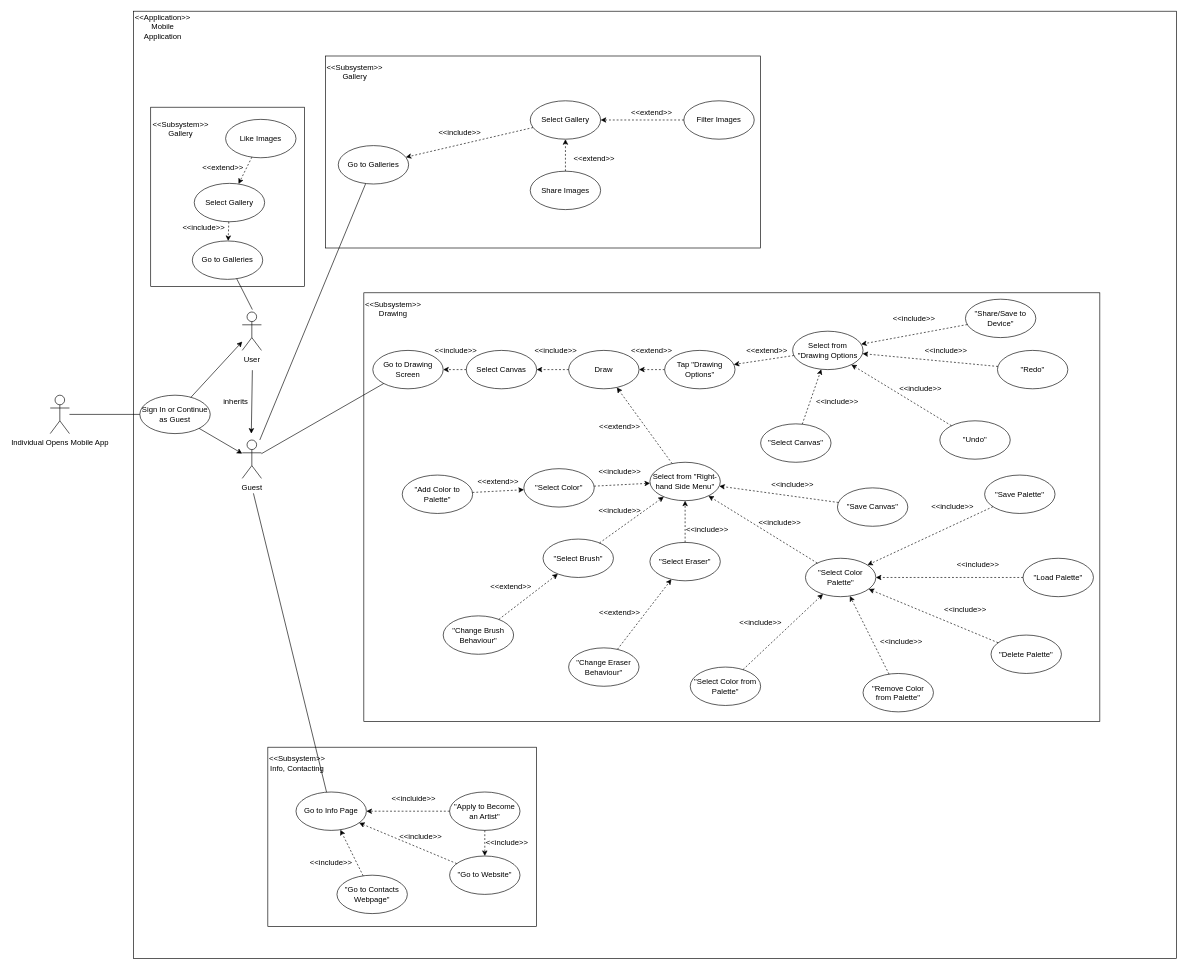
The draw.io diagram Documents/MobileAppUseCases.drawio in csinn/Painted-Prosthetics, before the edit. Source tidied: cells renumbered, new cells numbered last; positions are measured from the earlier drawing's top-left corner, leaving out a move shared by most shapes. Both pictures are drawn from the tidied source at 64%, with x=0, y=0 at pixel (50, 11).
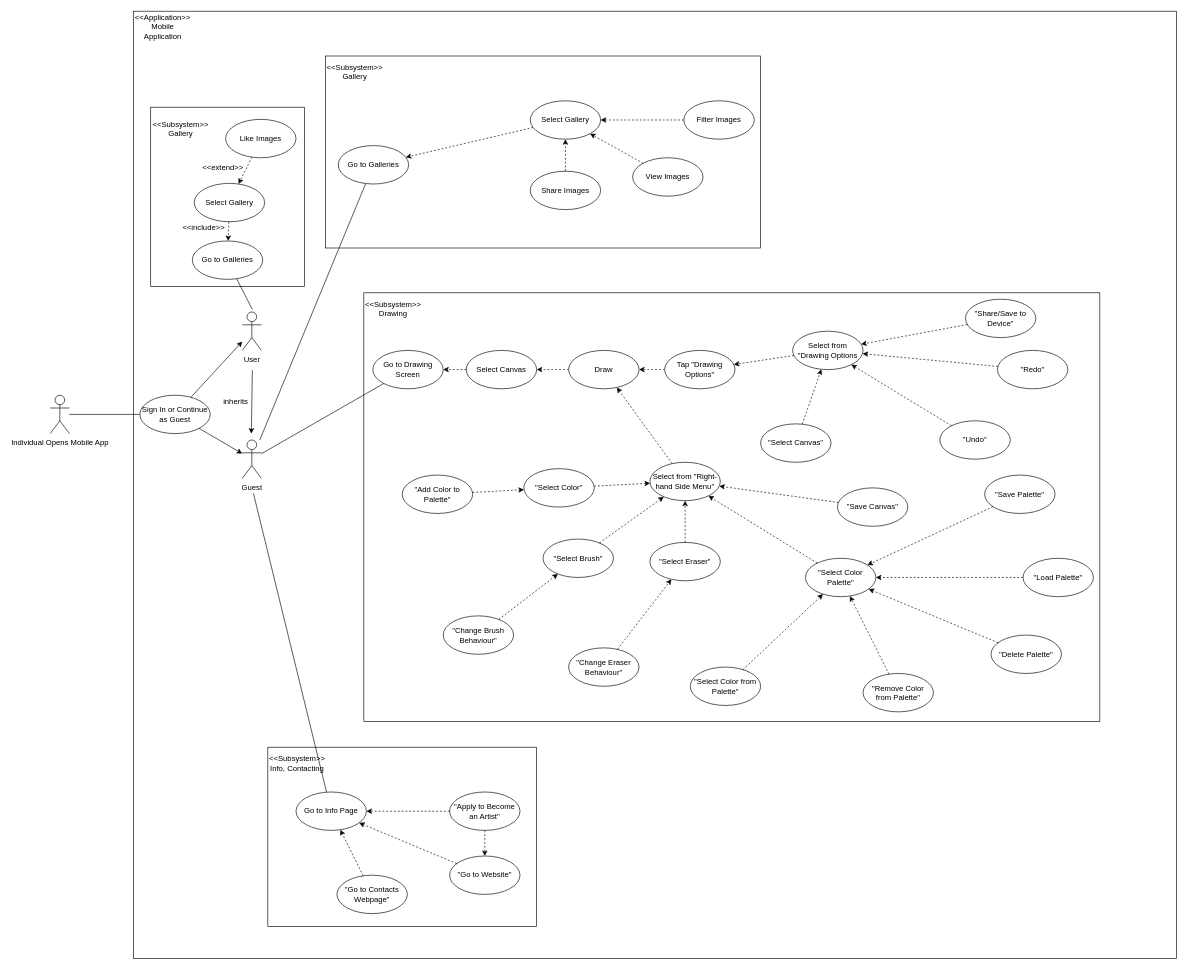
After the change.

Commit message (it also covers changes not shown here):
Modified use case diagram to include additional use cases. Removed "includes" and "extends" keywords.

The change refers to these unchanged cells:
```xml
<mxCell id="9" value="Select Gallery" style="ellipse;whiteSpace=wrap;html=1;" parent="1" vertex="1">
  <mxGeometry x="750" y="140" width="110" height="60" as="geometry" />
</mxCell>
```

What changed in the source:
```diff
@@
-    <mxCell id="78" value="&amp;lt;&amp;lt;extend&amp;gt;&amp;gt;" style="text;html=1;strokeColor=none;fillColor=none;align=center;verticalAlign=middle;whiteSpace=wrap;rounded=0;" parent="1" vertex="1">
-      <mxGeometry x="920" y="149" width="40" height="20" as="geometry" />
-    </mxCell>
-    <mxCell id="79" value="&amp;lt;&amp;lt;extend&amp;gt;&amp;gt;" style="text;html=1;strokeColor=none;fillColor=none;align=center;verticalAlign=middle;whiteSpace=wrap;rounded=0;" parent="1" vertex="1">
-      <mxGeometry x="830" y="220" width="40" height="20" as="geometry" />
-    </mxCell>
@@
-    <mxCell id="82" value="&amp;lt;&amp;lt;extend&amp;gt;&amp;gt;" style="text;html=1;strokeColor=none;fillColor=none;align=center;verticalAlign=middle;whiteSpace=wrap;rounded=0;" parent="1" vertex="1">
-      <mxGeometry x="870" y="640" width="40" height="20" as="geometry" />
-    </mxCell>
-    <mxCell id="83" value="&amp;lt;&amp;lt;extend&amp;gt;&amp;gt;" style="text;html=1;strokeColor=none;fillColor=none;align=center;verticalAlign=middle;whiteSpace=wrap;rounded=0;" parent="1" vertex="1">
-      <mxGeometry x="920" y="520" width="40" height="20" as="geometry" />
-    </mxCell>
-    <mxCell id="84" value="&amp;lt;&amp;lt;extend&amp;gt;&amp;gt;" style="text;html=1;strokeColor=none;fillColor=none;align=center;verticalAlign=middle;whiteSpace=wrap;rounded=0;" parent="1" vertex="1">
-      <mxGeometry x="1100" y="520" width="40" height="20" as="geometry" />
-    </mxCell>
-    <mxCell id="85" value="&amp;lt;&amp;lt;include&amp;gt;&amp;gt;" style="text;html=1;strokeColor=none;fillColor=none;align=center;verticalAlign=middle;whiteSpace=wrap;rounded=0;" parent="1" vertex="1">
-      <mxGeometry x="1330" y="470" width="40" height="20" as="geometry" />
-    </mxCell>
-    <mxCell id="86" value="&amp;lt;&amp;lt;include&amp;gt;&amp;gt;" style="text;html=1;strokeColor=none;fillColor=none;align=center;verticalAlign=middle;whiteSpace=wrap;rounded=0;" parent="1" vertex="1">
-      <mxGeometry x="1380" y="520" width="40" height="20" as="geometry" />
-    </mxCell>
-    <mxCell id="87" value="&amp;lt;&amp;lt;include&amp;gt;&amp;gt;" style="text;html=1;strokeColor=none;fillColor=none;align=center;verticalAlign=middle;whiteSpace=wrap;rounded=0;" parent="1" vertex="1">
-      <mxGeometry x="1340" y="580" width="40" height="20" as="geometry" />
-    </mxCell>
-    <mxCell id="88" value="&amp;lt;&amp;lt;include&amp;gt;&amp;gt;" style="text;html=1;strokeColor=none;fillColor=none;align=center;verticalAlign=middle;whiteSpace=wrap;rounded=0;" parent="1" vertex="1">
-      <mxGeometry x="1210" y="600" width="40" height="20" as="geometry" />
-    </mxCell>
-    <mxCell id="89" value="&amp;lt;&amp;lt;include&amp;gt;&amp;gt;" style="text;html=1;strokeColor=none;fillColor=none;align=center;verticalAlign=middle;whiteSpace=wrap;rounded=0;" parent="1" vertex="1">
-      <mxGeometry x="770" y="520" width="40" height="20" as="geometry" />
-    </mxCell>
-    <mxCell id="90" value="&amp;lt;&amp;lt;include&amp;gt;&amp;gt;" style="text;html=1;strokeColor=none;fillColor=none;align=center;verticalAlign=middle;whiteSpace=wrap;rounded=0;" parent="1" vertex="1">
-      <mxGeometry x="620" y="180" width="40" height="20" as="geometry" />
-    </mxCell>
-    <mxCell id="91" value="&amp;lt;&amp;lt;include&amp;gt;&amp;gt;" style="text;html=1;strokeColor=none;fillColor=none;align=center;verticalAlign=middle;whiteSpace=wrap;rounded=0;" parent="1" vertex="1">
-      <mxGeometry x="614" y="520" width="40" height="20" as="geometry" />
-    </mxCell>
-    <mxCell id="92" value="&amp;lt;&amp;lt;extend&amp;gt;&amp;gt;" style="text;html=1;strokeColor=none;fillColor=none;align=center;verticalAlign=middle;whiteSpace=wrap;rounded=0;" parent="1" vertex="1">
-      <mxGeometry x="680" y="724.8" width="40" height="20" as="geometry" />
-    </mxCell>
-    <mxCell id="93" value="&amp;lt;&amp;lt;include&amp;gt;&amp;gt;" style="text;html=1;strokeColor=none;fillColor=none;align=center;verticalAlign=middle;whiteSpace=wrap;rounded=0;" parent="1" vertex="1">
-      <mxGeometry x="870" y="710" width="40" height="20" as="geometry" />
-    </mxCell>
-    <mxCell id="94" value="&amp;lt;&amp;lt;include&amp;gt;&amp;gt;" style="text;html=1;strokeColor=none;fillColor=none;align=center;verticalAlign=middle;whiteSpace=wrap;rounded=0;" parent="1" vertex="1">
-      <mxGeometry x="1140" y="730" width="40" height="20" as="geometry" />
-    </mxCell>
-    <mxCell id="95" value="&amp;lt;&amp;lt;include&amp;gt;&amp;gt;" style="text;html=1;strokeColor=none;fillColor=none;align=center;verticalAlign=middle;whiteSpace=wrap;rounded=0;" parent="1" vertex="1">
-      <mxGeometry x="1120" y="790" width="40" height="20" as="geometry" />
-    </mxCell>
-    <mxCell id="96" value="&amp;lt;&amp;lt;include&amp;gt;&amp;gt;" style="text;html=1;strokeColor=none;fillColor=none;align=center;verticalAlign=middle;whiteSpace=wrap;rounded=0;" parent="1" vertex="1">
-      <mxGeometry x="1007" y="800" width="40" height="20" as="geometry" />
-    </mxCell>
-    <mxCell id="97" value="&amp;lt;&amp;lt;include&amp;gt;&amp;gt;" style="text;html=1;strokeColor=none;fillColor=none;align=center;verticalAlign=middle;whiteSpace=wrap;rounded=0;" parent="1" vertex="1">
-      <mxGeometry x="870" y="770" width="40" height="20" as="geometry" />
-    </mxCell>
-    <mxCell id="98" value="&amp;lt;&amp;lt;extend&amp;gt;&amp;gt;" style="text;html=1;strokeColor=none;fillColor=none;align=center;verticalAlign=middle;whiteSpace=wrap;rounded=0;" parent="1" vertex="1">
-      <mxGeometry x="700" y="890" width="40" height="20" as="geometry" />
-    </mxCell>
-    <mxCell id="99" value="&amp;lt;&amp;lt;extend&amp;gt;&amp;gt;" style="text;html=1;strokeColor=none;fillColor=none;align=center;verticalAlign=middle;whiteSpace=wrap;rounded=0;" parent="1" vertex="1">
-      <mxGeometry x="870" y="930" width="40" height="20" as="geometry" />
-    </mxCell>
-    <mxCell id="100" value="&amp;lt;&amp;lt;incluide&amp;gt;&amp;gt;" style="text;html=1;strokeColor=none;fillColor=none;align=center;verticalAlign=middle;whiteSpace=wrap;rounded=0;" parent="1" vertex="1">
-      <mxGeometry x="548" y="1220" width="40" height="20" as="geometry" />
-    </mxCell>
-    <mxCell id="101" value="&amp;lt;&amp;lt;include&amp;gt;&amp;gt;" style="text;html=1;strokeColor=none;fillColor=none;align=center;verticalAlign=middle;whiteSpace=wrap;rounded=0;" parent="1" vertex="1">
-      <mxGeometry x="419" y="1320" width="40" height="20" as="geometry" />
-    </mxCell>
-    <mxCell id="102" value="&amp;lt;&amp;lt;include&amp;gt;&amp;gt;" style="text;html=1;strokeColor=none;fillColor=none;align=center;verticalAlign=middle;whiteSpace=wrap;rounded=0;" parent="1" vertex="1">
-      <mxGeometry x="559" y="1280" width="40" height="20" as="geometry" />
-    </mxCell>
-    <mxCell id="103" value="&amp;lt;&amp;lt;include&amp;gt;&amp;gt;" style="text;html=1;strokeColor=none;fillColor=none;align=center;verticalAlign=middle;whiteSpace=wrap;rounded=0;" parent="1" vertex="1">
-      <mxGeometry x="694" y="1290" width="40" height="20" as="geometry" />
-    </mxCell>
-    <mxCell id="104" value="&amp;lt;&amp;lt;include&amp;gt;&amp;gt;" style="text;html=1;strokeColor=none;fillColor=none;align=center;verticalAlign=middle;whiteSpace=wrap;rounded=0;" parent="1" vertex="1">
-      <mxGeometry x="1390" y="764.8" width="40" height="20" as="geometry" />
-    </mxCell>
-    <mxCell id="105" value="&amp;lt;&amp;lt;include&amp;gt;&amp;gt;" style="text;html=1;strokeColor=none;fillColor=none;align=center;verticalAlign=middle;whiteSpace=wrap;rounded=0;" parent="1" vertex="1">
-      <mxGeometry x="1430" y="854.8" width="40" height="20" as="geometry" />
-    </mxCell>
-    <mxCell id="106" value="&amp;lt;&amp;lt;include&amp;gt;&amp;gt;" style="text;html=1;strokeColor=none;fillColor=none;align=center;verticalAlign=middle;whiteSpace=wrap;rounded=0;" parent="1" vertex="1">
-      <mxGeometry x="1410" y="924.8" width="40" height="20" as="geometry" />
-    </mxCell>
-    <mxCell id="107" value="&amp;lt;&amp;lt;include&amp;gt;&amp;gt;" style="text;html=1;strokeColor=none;fillColor=none;align=center;verticalAlign=middle;whiteSpace=wrap;rounded=0;" parent="1" vertex="1">
-      <mxGeometry x="1310" y="974.8" width="40" height="20" as="geometry" />
-    </mxCell>
-    <mxCell id="108" value="&amp;lt;&amp;lt;include&amp;gt;&amp;gt;" style="text;html=1;strokeColor=none;fillColor=none;align=center;verticalAlign=middle;whiteSpace=wrap;rounded=0;" parent="1" vertex="1">
-      <mxGeometry x="1090" y="944.8" width="40" height="20" as="geometry" />
-    </mxCell>
@@
+    <mxCell id="121" value="View Images" style="ellipse;whiteSpace=wrap;html=1;" parent="1" vertex="1">
+      <mxGeometry x="910" y="229" width="110" height="60" as="geometry" />
+    </mxCell>
+    <mxCell id="122" style="endArrow=classic;dashed=1;html=1;startArrow=none;startFill=0;endFill=1;" parent="1" edge="1" source="121" target="9">
+      <mxGeometry relative="1" as="geometry" />
+    </mxCell>
```
